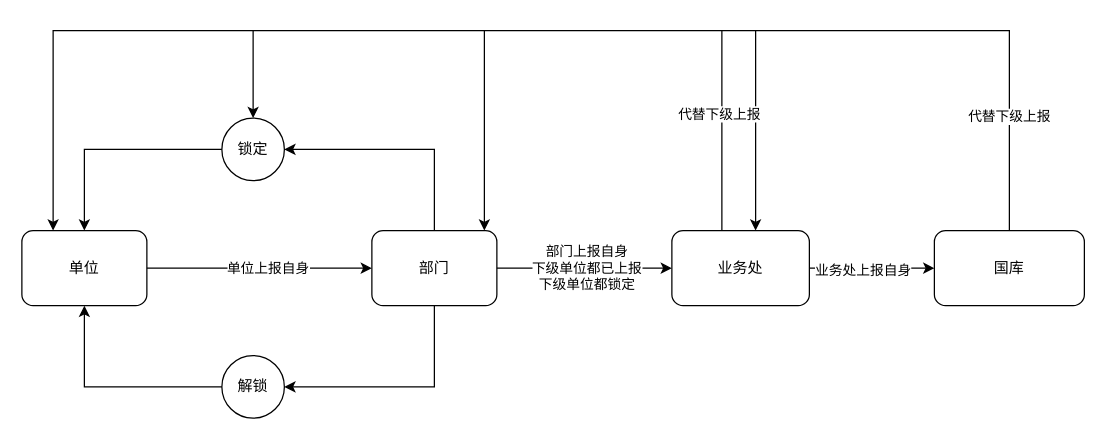
The draw.io diagram 锁定.drawio in 1148118271/images, before the edit. Source tidied: cells renumbered, new cells numbered last; positions are measured from the earlier drawing's top-left corner, leaving out a move shared by most shapes. Both pictures are drawn from the tidied source at 125%, with x=0, y=0 at pixel (21, 30).
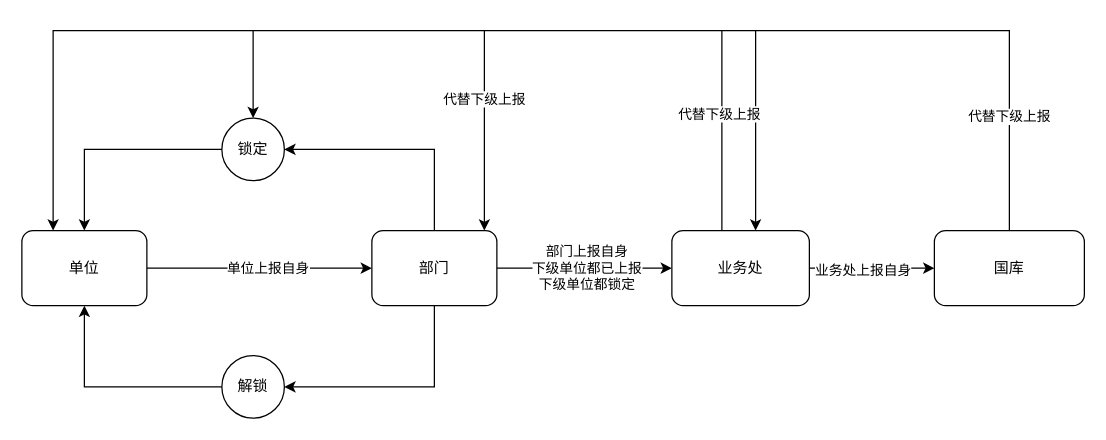
After the change.

Unchanged cells that the change refers to:
```xml
<mxCell id="21" style="endArrow=classic;html=1;rounded=0;" parent="1" edge="1">
  <mxGeometry relative="1" as="geometry">
    <mxPoint x="370" as="sourcePoint" />
    <mxPoint x="370" y="160" as="targetPoint" />
  </mxGeometry>
</mxCell>
```

The edit, as a diff of the source:
```diff
@@
+    <mxCell id="26" value="代替下级上报" style="edgeLabel;html=1;align=center;verticalAlign=middle;" parent="21" vertex="1">
+      <mxGeometry x="-0.33" y="-1" relative="1" as="geometry" />
+    </mxCell>
```
